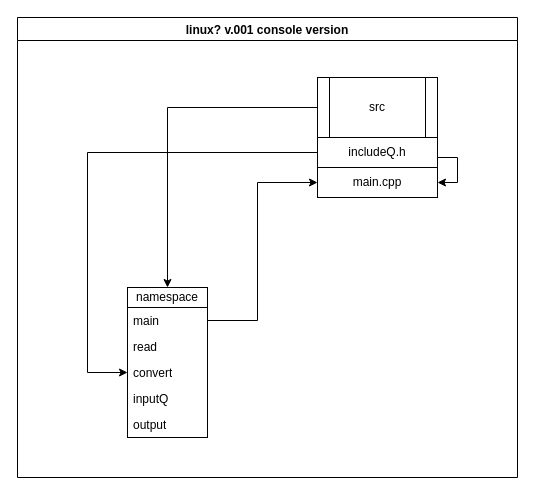
This is HypSsgDiag.drawio from HyperSausage/HyperSSG-core, a draw.io file, before an edit. Source tidied: cells renumbered, new cells numbered last; positions are measured from the earlier drawing's top-left corner, leaving out a move shared by most shapes. Both pictures are drawn from the tidied source at 100%, with x=0, y=0 at pixel (17, 17).
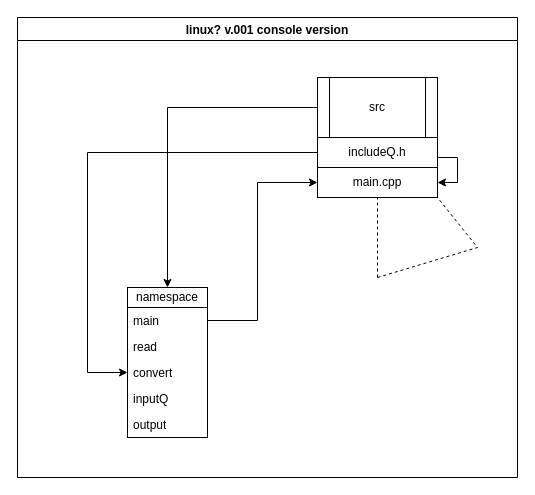
After the change.

The change refers to these unchanged cells:
```xml
<mxCell id="12" value="main.cpp" style="rounded=0;whiteSpace=wrap;html=1;" parent="2" vertex="1">
  <mxGeometry x="300" y="150" width="120" height="30" as="geometry" />
</mxCell>
```

Diff of the diagram source:
```diff
@@
+    <mxCell id="17" style="endArrow=none;dashed=1;html=1;rounded=0;entryX=0.5;entryY=1;entryDx=0;entryDy=0;" parent="1" edge="1">
+      <mxGeometry relative="1" as="geometry">
+        <mxPoint x="360" y="260" as="sourcePoint" />
+        <mxPoint x="360" y="180" as="targetPoint" />
+      </mxGeometry>
+    </mxCell>
+    <mxCell id="18" style="endArrow=none;dashed=1;html=1;rounded=0;entryX=1;entryY=1;entryDx=0;entryDy=0;" parent="1" edge="1" target="12">
+      <mxGeometry relative="1" as="geometry">
+        <mxPoint x="360" y="260" as="sourcePoint" />
+        <Array as="points">
+          <mxPoint x="460" y="230" />
+        </Array>
+      </mxGeometry>
+    </mxCell>
```
